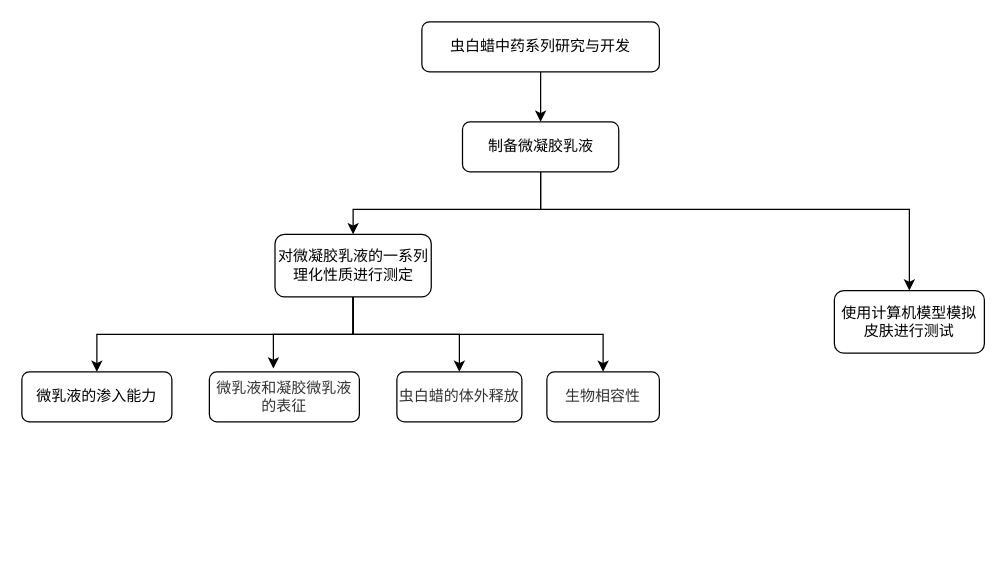
Earlier version of the draw.io diagram 未命名绘图.drawio (1206075088/12). Source tidied: cells renumbered, new cells numbered last; positions are measured from the earlier drawing's top-left corner, leaving out a move shared by most shapes. Both pictures are drawn from the tidied source at 125%, with x=0, y=0 at pixel (21, 21).
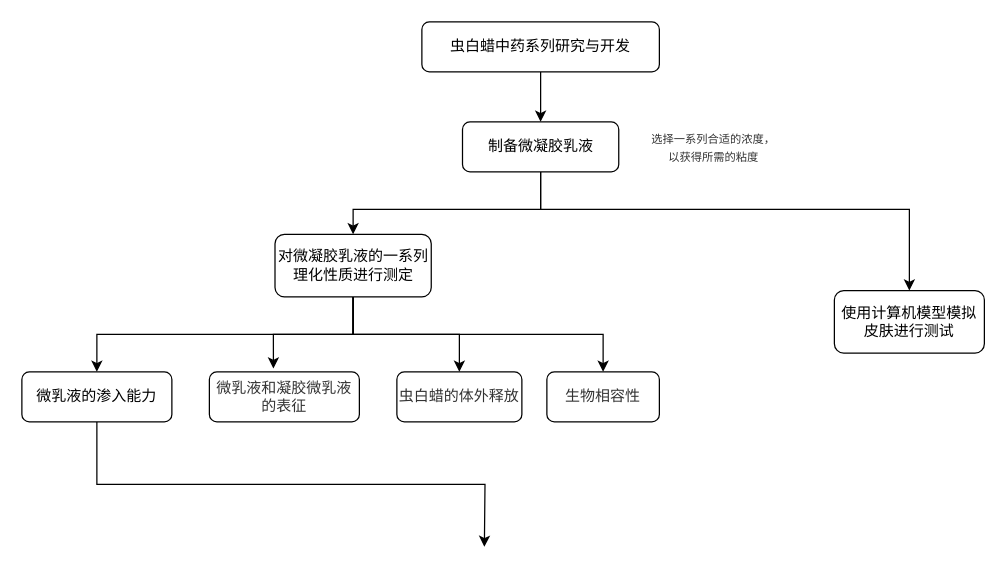
After the change.

Commit message:
更新未命名绘图.drawio

The change refers to these unchanged cells:
```xml
<mxCell id="13" value="微乳液的渗入能力" style="rounded=1;whiteSpace=wrap;html=1;" parent="1" vertex="1">
  <mxGeometry y="280" width="120" height="40" as="geometry" />
</mxCell>
```

Diff of the diagram source:
```diff
@@
+    <mxCell id="17" style="edgeStyle=orthogonalEdgeStyle;rounded=0;jettySize=auto;html=1;exitX=0.5;exitY=1;exitDx=0;exitDy=0;fontFamily=Helvetica;fontSize=9;" parent="1" edge="1" source="13">
+      <mxGeometry relative="1" as="geometry">
+        <mxPoint x="370" y="420" as="targetPoint" />
+      </mxGeometry>
+    </mxCell>
@@
+    <mxCell id="18" value="&lt;span style=&quot;color: rgb(51 , 51 , 51) ; text-align: left ; background-color: rgb(255 , 255 , 255)&quot;&gt;&lt;font style=&quot;font-size: 9px&quot;&gt;选择一系列合适的浓度，&lt;br&gt;以获得所需的粘度&lt;/font&gt;&lt;/span&gt;" style="text;html=1;align=center;verticalAlign=middle;strokeColor=none;fillColor=none;fontSize=12;fontFamily=Helvetica;" parent="1" vertex="1">
+      <mxGeometry x="477.5" y="85" width="150" height="30" as="geometry" />
+    </mxCell>
```
